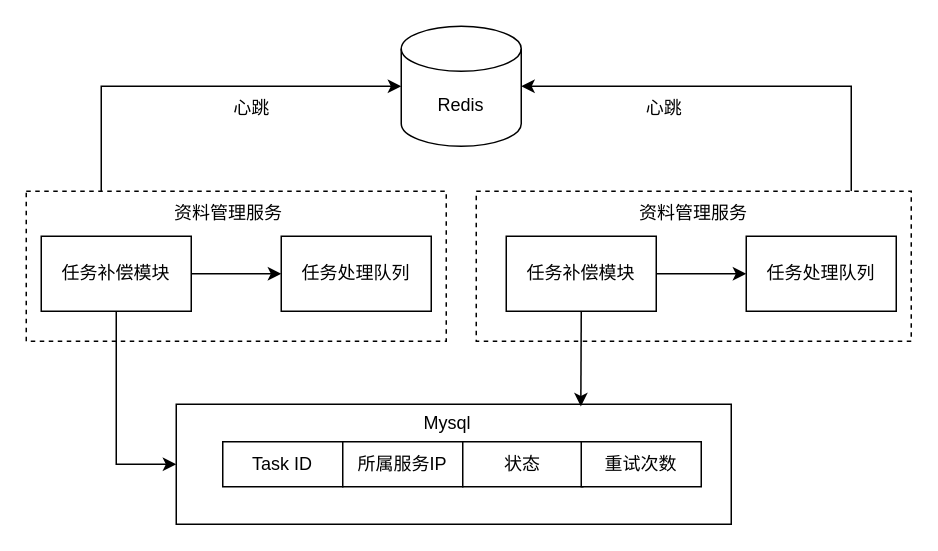
Above: 解析任务重试机制.drawio in DemonHan/KuickBuy (draw.io), before the change. Source tidied: cells renumbered, new cells numbered last; positions are measured from the earlier drawing's top-left corner, leaving out a move shared by most shapes. Both pictures are drawn from the tidied source at 150%, with x=0, y=0 at pixel (26, 26).
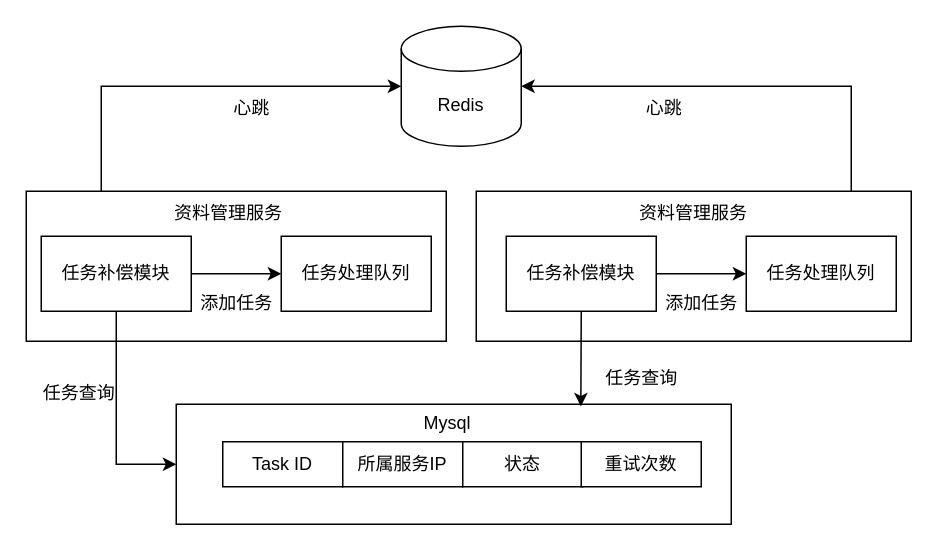
The same diagram, later.

Commit message (it also covers changes not shown here):
更新解析任务重试机制.drawio

The edit, as a diff of the source:
```diff
@@
-    <mxCell id="3" style="rounded=0;whiteSpace=wrap;html=1;dashed=1;" parent="1" vertex="1">
+    <mxCell id="3" style="rounded=0;whiteSpace=wrap;html=1;" parent="1" vertex="1">
       <mxGeometry x="300" y="110" width="290" height="100" as="geometry" />
     </mxCell>
@@
-    <mxCell id="5" style="rounded=0;whiteSpace=wrap;html=1;dashed=1;" parent="1" vertex="1">
+    <mxCell id="5" style="rounded=0;whiteSpace=wrap;html=1;" parent="1" vertex="1">
       <mxGeometry y="110" width="280" height="100" as="geometry" />
     </mxCell>
@@
+    <mxCell id="25" value="任务查询" style="text;html=1;align=center;verticalAlign=middle;strokeColor=none;fillColor=none;" parent="1" vertex="1">
+      <mxGeometry y="230" width="70" height="30" as="geometry" />
+    </mxCell>
+    <mxCell id="26" value="任务查询" style="text;html=1;align=center;verticalAlign=middle;strokeColor=none;fillColor=none;" parent="1" vertex="1">
+      <mxGeometry x="375" y="220" width="70" height="30" as="geometry" />
+    </mxCell>
+    <mxCell id="27" value="添加任务" style="text;html=1;align=center;verticalAlign=middle;strokeColor=none;fillColor=none;" parent="1" vertex="1">
+      <mxGeometry x="105" y="170" width="70" height="30" as="geometry" />
+    </mxCell>
+    <mxCell id="28" value="添加任务" style="text;html=1;align=center;verticalAlign=middle;strokeColor=none;fillColor=none;" parent="1" vertex="1">
+      <mxGeometry x="415" y="170" width="70" height="30" as="geometry" />
+    </mxCell>
```
